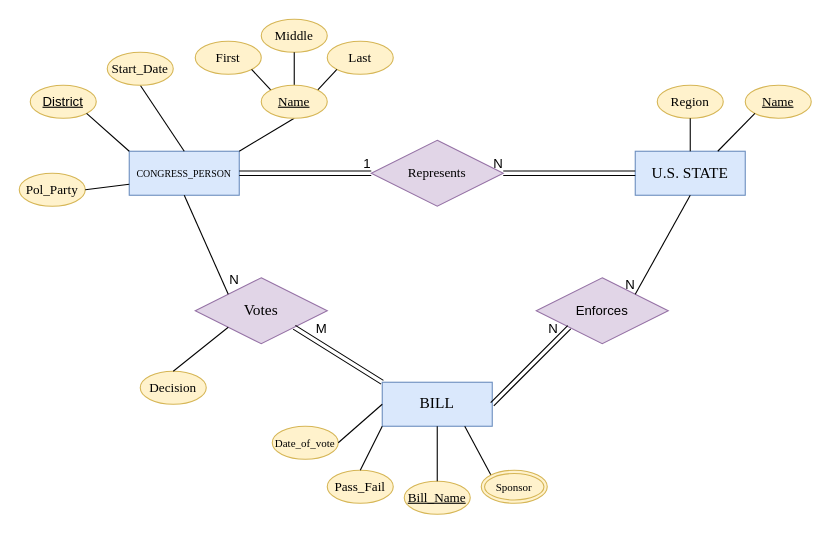
Above: US_HouseofReps_ER.drawio in cameron-ellis/US-HouseofReps-ER (draw.io), before the change. Source tidied: cells renumbered, new cells numbered last; positions are measured from the earlier drawing's top-left corner, leaving out a move shared by most shapes. Both pictures are drawn from the tidied source at 110%, with x=0, y=0 at pixel (19, 19).
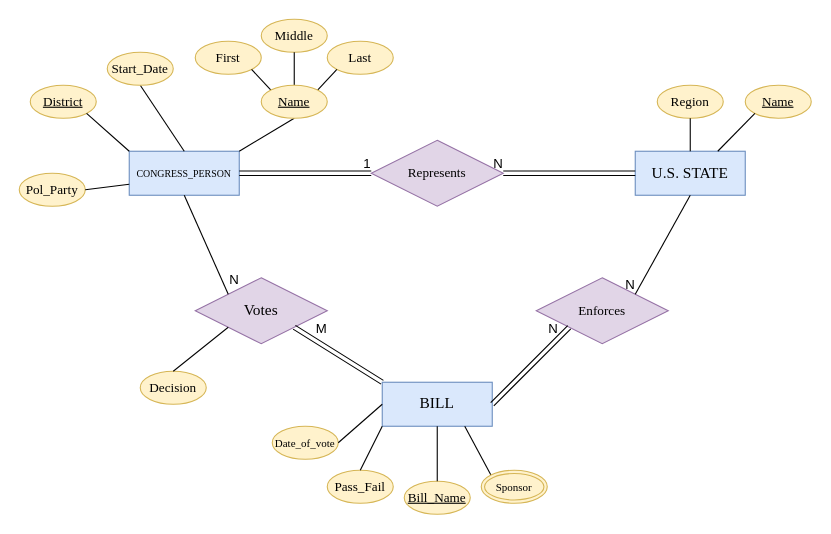
After the change.

Commit message:
changed font for district and decision

changed from helvetica to times new roman

Diff of the diagram source:
```diff
@@
-    <mxCell id="15" value="District" style="ellipse;whiteSpace=wrap;html=1;align=center;fontStyle=4;fillColor=#fff2cc;strokeColor=#d6b656;" parent="1" vertex="1">
+    <mxCell id="15" value="District" style="ellipse;whiteSpace=wrap;html=1;align=center;fontStyle=4;fillColor=#fff2cc;strokeColor=#d6b656;fontFamily=Times New Roman;" parent="1" vertex="1">
       <mxGeometry x="10" y="60" width="60" height="30" as="geometry" />
     </mxCell>
@@
-    <mxCell id="43" value="Enforces" style="shape=rhombus;perimeter=rhombusPerimeter;whiteSpace=wrap;html=1;align=center;fontSize=12;fillColor=#e1d5e7;strokeColor=#9673a6;" parent="1" vertex="1">
+    <mxCell id="43" value="Enforces" style="shape=rhombus;perimeter=rhombusPerimeter;whiteSpace=wrap;html=1;align=center;fontSize=12;fillColor=#e1d5e7;strokeColor=#9673a6;fontFamily=Times New Roman;" parent="1" vertex="1">
       <mxGeometry x="470" y="235" width="120" height="60" as="geometry" />
     </mxCell>
```
